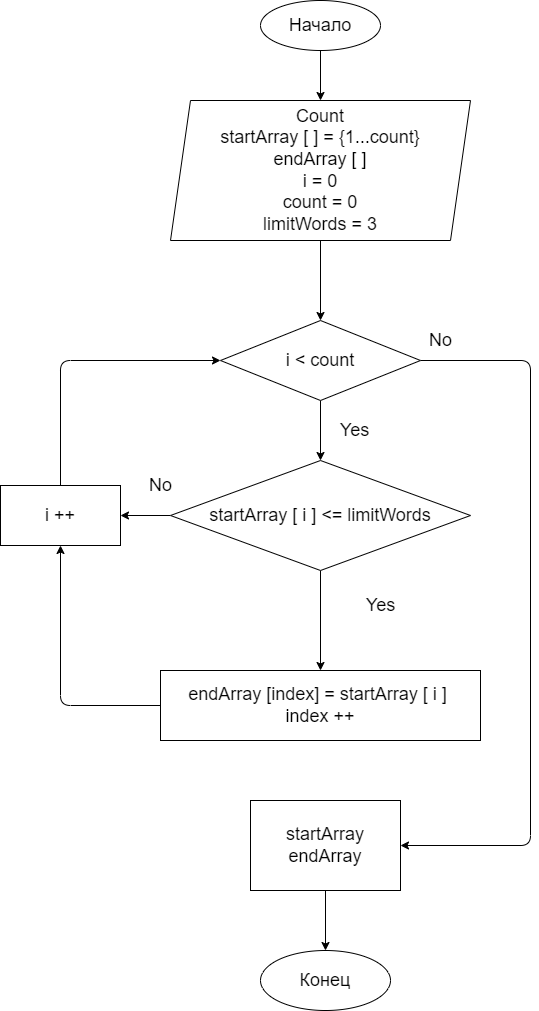
toxa41/FinalWork keeps this draw.io diagram as diagram.drawio.png. Above is the earlier version. Source tidied: cells renumbered, new cells last; positions are measured from the earlier drawing's top-left corner, leaving out a move shared by most shapes. The source it was exported from:
```xml
<mxGraphModel>
  <root>
    <mxCell id="0" />
    <mxCell id="1" parent="0" />
    <mxCell id="2" style="edgeStyle=none;html=1;fontSize=18;" parent="1" edge="1" source="3" target="5">
      <mxGeometry relative="1" as="geometry" />
    </mxCell>
    <mxCell id="3" value="&lt;font style=&quot;font-size: 18px&quot;&gt;Начало&lt;/font&gt;" style="ellipse;whiteSpace=wrap;html=1;" parent="1" vertex="1">
      <mxGeometry x="260" width="120" height="50" as="geometry" />
    </mxCell>
    <mxCell id="4" style="edgeStyle=none;html=1;fontSize=18;" parent="1" edge="1" source="5" target="8">
      <mxGeometry relative="1" as="geometry" />
    </mxCell>
    <mxCell id="5" value="Count&lt;br&gt;startArray [ ] = {1...count}&lt;br&gt;endArray [ ]&lt;br&gt;i = 0&lt;br&gt;count = 0&lt;br&gt;limitWords = 3" style="shape=parallelogram;perimeter=parallelogramPerimeter;whiteSpace=wrap;html=1;fixedSize=1;fontSize=18;" parent="1" vertex="1">
      <mxGeometry x="170" y="100" width="300" height="140" as="geometry" />
    </mxCell>
    <mxCell id="6" style="edgeStyle=none;html=1;fontSize=18;" parent="1" edge="1" source="8" target="11">
      <mxGeometry relative="1" as="geometry" />
    </mxCell>
    <mxCell id="7" style="edgeStyle=none;html=1;exitX=1;exitY=0.5;exitDx=0;exitDy=0;entryX=1;entryY=0.5;entryDx=0;entryDy=0;fontSize=18;" parent="1" edge="1" source="8" target="22">
      <mxGeometry relative="1" as="geometry">
        <Array as="points">
          <mxPoint x="530" y="360" />
          <mxPoint x="530" y="845" />
        </Array>
      </mxGeometry>
    </mxCell>
    <mxCell id="8" value="i &amp;lt; count" style="rhombus;whiteSpace=wrap;html=1;fontSize=18;" parent="1" vertex="1">
      <mxGeometry x="220" y="320" width="200" height="80" as="geometry" />
    </mxCell>
    <mxCell id="9" style="edgeStyle=none;html=1;fontSize=18;" parent="1" edge="1" source="11" target="16">
      <mxGeometry relative="1" as="geometry" />
    </mxCell>
    <mxCell id="10" style="edgeStyle=none;html=1;fontSize=18;" parent="1" edge="1" source="11" target="18">
      <mxGeometry relative="1" as="geometry" />
    </mxCell>
    <mxCell id="11" value="startArray [ i ] &amp;lt;= limitWords" style="rhombus;whiteSpace=wrap;html=1;fontSize=18;" parent="1" vertex="1">
      <mxGeometry x="170" y="460" width="300" height="110" as="geometry" />
    </mxCell>
    <mxCell id="12" value="Yes" style="text;html=1;align=center;verticalAlign=middle;strokeColor=none;fillColor=none;fontSize=18;" parent="1" vertex="1">
      <mxGeometry x="334" y="415" width="40" height="30" as="geometry" />
    </mxCell>
    <mxCell id="13" value="No" style="text;html=1;align=center;verticalAlign=middle;strokeColor=none;fillColor=none;fontSize=18;" parent="1" vertex="1">
      <mxGeometry x="420" y="325" width="40" height="30" as="geometry" />
    </mxCell>
    <mxCell id="14" value="Yes" style="text;html=1;align=center;verticalAlign=middle;strokeColor=none;fillColor=none;fontSize=18;" parent="1" vertex="1">
      <mxGeometry x="360" y="590" width="40" height="30" as="geometry" />
    </mxCell>
    <mxCell id="15" style="edgeStyle=none;html=1;exitX=0;exitY=0.5;exitDx=0;exitDy=0;entryX=0.5;entryY=1;entryDx=0;entryDy=0;fontSize=18;" parent="1" edge="1" source="16" target="18">
      <mxGeometry relative="1" as="geometry">
        <Array as="points">
          <mxPoint x="60" y="705" />
        </Array>
      </mxGeometry>
    </mxCell>
    <mxCell id="16" value="endArray [index] = startArray [ i ]&amp;nbsp;&lt;br&gt;index ++" style="rounded=0;whiteSpace=wrap;html=1;fontSize=18;" parent="1" vertex="1">
      <mxGeometry x="160" y="670" width="320" height="70" as="geometry" />
    </mxCell>
    <mxCell id="17" style="edgeStyle=none;html=1;exitX=0.5;exitY=0;exitDx=0;exitDy=0;entryX=0;entryY=0.5;entryDx=0;entryDy=0;fontSize=18;" parent="1" edge="1" source="18" target="8">
      <mxGeometry relative="1" as="geometry">
        <Array as="points">
          <mxPoint x="60" y="360" />
        </Array>
      </mxGeometry>
    </mxCell>
    <mxCell id="18" value="i ++" style="rounded=0;whiteSpace=wrap;html=1;fontSize=18;" parent="1" vertex="1">
      <mxGeometry y="485" width="120" height="60" as="geometry" />
    </mxCell>
    <mxCell id="19" value="No" style="text;html=1;align=center;verticalAlign=middle;strokeColor=none;fillColor=none;fontSize=18;" parent="1" vertex="1">
      <mxGeometry x="140" y="470" width="40" height="30" as="geometry" />
    </mxCell>
    <mxCell id="20" value="Конец" style="ellipse;whiteSpace=wrap;html=1;fontSize=18;" parent="1" vertex="1">
      <mxGeometry x="260" y="950" width="130" height="60" as="geometry" />
    </mxCell>
    <mxCell id="21" style="edgeStyle=none;html=1;fontSize=18;" parent="1" edge="1" source="22" target="20">
      <mxGeometry relative="1" as="geometry" />
    </mxCell>
    <mxCell id="22" value="startArray&lt;br&gt;endArray" style="rounded=0;whiteSpace=wrap;html=1;fontSize=18;" parent="1" vertex="1">
      <mxGeometry x="250" y="800" width="150" height="90" as="geometry" />
    </mxCell>
  </root>
</mxGraphModel>
```
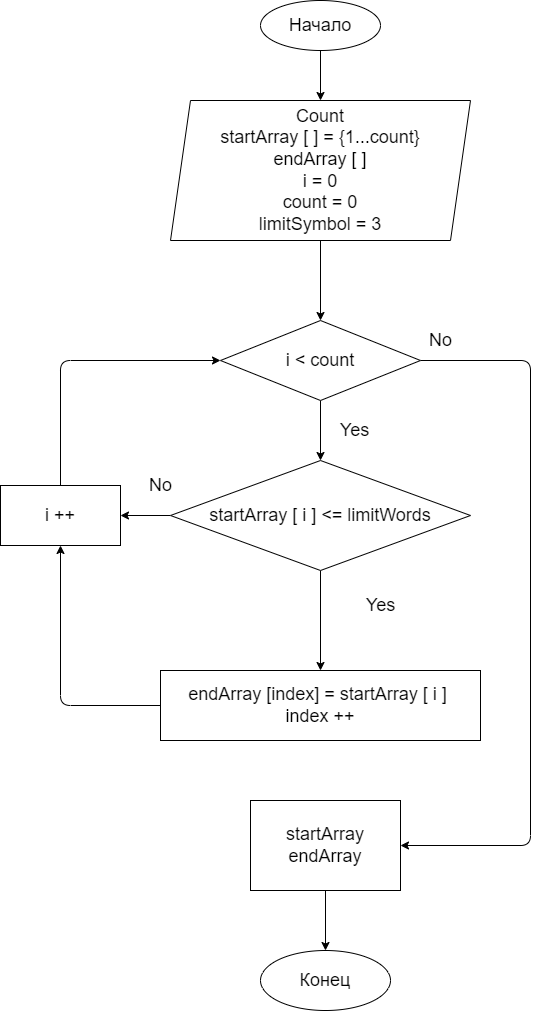
The same file after the commit.

Commit message:
Finished working with diagram

Diff of the diagram source:
```diff
@@ -11,7 +11,7 @@
     <mxCell id="4" style="edgeStyle=none;html=1;fontSize=18;" parent="1" edge="1" source="5" target="8">
       <mxGeometry relative="1" as="geometry" />
     </mxCell>
-    <mxCell id="5" value="Count&lt;br&gt;startArray [ ] = {1...count}&lt;br&gt;endArray [ ]&lt;br&gt;i = 0&lt;br&gt;count = 0&lt;br&gt;limitWords = 3" style="shape=parallelogram;perimeter=parallelogramPerimeter;whiteSpace=wrap;html=1;fixedSize=1;fontSize=18;" parent="1" vertex="1">
+    <mxCell id="5" value="Count&lt;br&gt;startArray [ ] = {1...count}&lt;br&gt;endArray [ ]&lt;br&gt;i = 0&lt;br&gt;count = 0&lt;br&gt;limitSymbol = 3" style="shape=parallelogram;perimeter=parallelogramPerimeter;whiteSpace=wrap;html=1;fixedSize=1;fontSize=18;" parent="1" vertex="1">
       <mxGeometry x="170" y="100" width="300" height="140" as="geometry" />
     </mxCell>
     <mxCell id="6" style="edgeStyle=none;html=1;fontSize=18;" parent="1" edge="1" source="8" target="11">
```
